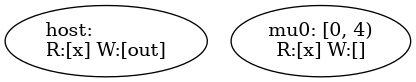
Above: out/range_carry_pre.png in Servyi-Agent/pypto-symir (Graphviz), before the change. Its source is kept beside it as out/range_carry_pre.dot.
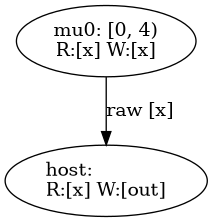
The same file after the commit.

What changed in the source:
```diff
@@ -1,4 +1,5 @@
 digraph {
     0 [ label = "host:\lR:[x] W:[out]" ]
-    1 [ label = "mu0: [0, 4)\lR:[x] W:[]" ]
+    1 [ label = "mu0: [0, 4)\lR:[x] W:[x]" ]
+    1 -> 0 [ label = "raw [x]" ]
 }
```
